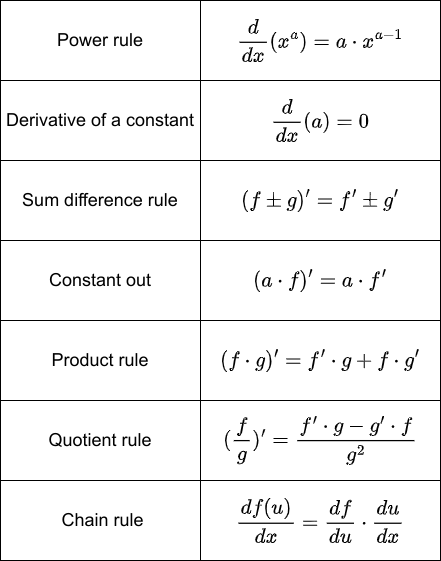
ryndovaira-org/data_science_lectures keeps this draw.io diagram as diagrams/derivative_rules.drawio.png. Above is the earlier version. Source tidied: cells renumbered, new cells last; positions are measured from the earlier drawing's top-left corner, leaving out a move shared by most shapes.
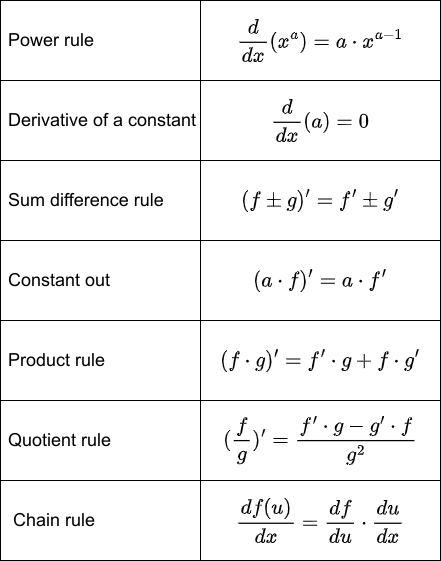
Above is the later version.

Diff of the diagram source:
```diff
@@ -5,43 +5,43 @@
     <mxCell id="2" style="group;" parent="1" vertex="1">
       <mxGeometry width="440" height="560" as="geometry" />
     </mxCell>
-    <mxCell id="3" value="Power rule" style="rounded=0;whiteSpace=wrap;html=1;fillColor=none;fontSize=18;" parent="2" vertex="1">
+    <mxCell id="3" value="Power rule" style="rounded=0;whiteSpace=wrap;fillColor=none;fontSize=18;align=left;verticalAlign=middle;labelBorderColor=none;labelBackgroundColor=none;html=1;spacingLeft=6;" parent="2" vertex="1">
       <mxGeometry width="200" height="80" as="geometry" />
     </mxCell>
     <mxCell id="4" value="$$\frac{d}{dx}(x^a)=a\cdot x^{a-1}$$" style="rounded=0;whiteSpace=wrap;html=1;fillColor=none;fontSize=18;" parent="2" vertex="1">
       <mxGeometry x="200" width="240" height="80" as="geometry" />
     </mxCell>
-    <mxCell id="5" value="Derivative of a constant" style="rounded=0;whiteSpace=wrap;html=1;fillColor=none;fontSize=18;" parent="2" vertex="1">
+    <mxCell id="5" value="Derivative of a constant" style="rounded=0;whiteSpace=wrap;fillColor=none;fontSize=18;align=left;verticalAlign=middle;labelBorderColor=none;labelBackgroundColor=none;html=1;spacingLeft=6;" parent="2" vertex="1">
       <mxGeometry y="80" width="200" height="80" as="geometry" />
     </mxCell>
     <mxCell id="6" value="$$\frac{d}{dx}(a)=0$$" style="rounded=0;whiteSpace=wrap;html=1;fillColor=none;fontSize=18;" parent="2" vertex="1">
       <mxGeometry x="200" y="80" width="240" height="80" as="geometry" />
     </mxCell>
-    <mxCell id="7" value="Sum difference rule" style="rounded=0;whiteSpace=wrap;html=1;fillColor=none;fontSize=18;" parent="2" vertex="1">
+    <mxCell id="7" value="Sum difference rule" style="rounded=0;whiteSpace=wrap;fillColor=none;fontSize=18;align=left;verticalAlign=middle;labelBorderColor=none;labelBackgroundColor=none;html=1;spacingLeft=6;" parent="2" vertex="1">
       <mxGeometry y="160" width="200" height="80" as="geometry" />
     </mxCell>
     <mxCell id="8" value="$$(f\pm g)'=f'\pm g'$$" style="rounded=0;whiteSpace=wrap;html=1;fillColor=none;fontSize=18;" parent="2" vertex="1">
       <mxGeometry x="200" y="160" width="240" height="80" as="geometry" />
     </mxCell>
-    <mxCell id="9" value="Constant out" style="rounded=0;whiteSpace=wrap;html=1;fillColor=none;fontSize=18;" parent="2" vertex="1">
+    <mxCell id="9" value="Constant out" style="rounded=0;whiteSpace=wrap;fillColor=none;fontSize=18;align=left;verticalAlign=middle;labelBorderColor=none;labelBackgroundColor=none;html=1;spacingLeft=6;" parent="2" vertex="1">
       <mxGeometry y="240" width="200" height="80" as="geometry" />
     </mxCell>
     <mxCell id="10" value="$$(a\cdot f)'=a\cdot f'$$" style="rounded=0;whiteSpace=wrap;html=1;fillColor=none;fontSize=18;" parent="2" vertex="1">
       <mxGeometry x="200" y="240" width="240" height="80" as="geometry" />
     </mxCell>
-    <mxCell id="11" value="Product rule" style="rounded=0;whiteSpace=wrap;html=1;fillColor=none;fontSize=18;" parent="2" vertex="1">
+    <mxCell id="11" value="Product rule" style="rounded=0;whiteSpace=wrap;fillColor=none;fontSize=18;align=left;verticalAlign=middle;labelBorderColor=none;labelBackgroundColor=none;html=1;spacingLeft=6;" parent="2" vertex="1">
       <mxGeometry y="320" width="200" height="80" as="geometry" />
     </mxCell>
     <mxCell id="12" value="$$(f\cdot g)'=f'\cdot g+f\cdot g'$$" style="rounded=0;whiteSpace=wrap;html=1;fillColor=none;fontSize=18;" parent="2" vertex="1">
       <mxGeometry x="200" y="320" width="240" height="80" as="geometry" />
     </mxCell>
-    <mxCell id="13" value="Quotient rule" style="rounded=0;whiteSpace=wrap;html=1;fillColor=none;fontSize=18;" parent="2" vertex="1">
+    <mxCell id="13" value="Quotient rule" style="rounded=0;whiteSpace=wrap;fillColor=none;fontSize=18;align=left;verticalAlign=middle;labelBorderColor=none;labelBackgroundColor=none;html=1;spacingLeft=6;" parent="2" vertex="1">
       <mxGeometry y="400" width="200" height="80" as="geometry" />
     </mxCell>
     <mxCell id="14" value="$$(\frac{f}{g})'=\frac{f'\cdot g-g'\cdot f}{g^2}$$" style="rounded=0;whiteSpace=wrap;html=1;fillColor=none;fontSize=18;" parent="2" vertex="1">
       <mxGeometry x="200" y="400" width="240" height="80" as="geometry" />
     </mxCell>
-    <mxCell id="15" value="&amp;nbsp;Chain rule" style="rounded=0;whiteSpace=wrap;html=1;fillColor=none;fontSize=18;" parent="2" vertex="1">
+    <mxCell id="15" value="&amp;nbsp;Chain rule" style="rounded=0;whiteSpace=wrap;fillColor=none;fontSize=18;align=left;verticalAlign=middle;labelBorderColor=none;labelBackgroundColor=none;html=1;spacingLeft=6;" parent="2" vertex="1">
       <mxGeometry y="480" width="200" height="80" as="geometry" />
     </mxCell>
     <mxCell id="16" value="$$\frac{df(u)}{dx}=\frac{df}{du}\cdot \frac{du}{dx}$$" style="rounded=0;whiteSpace=wrap;html=1;fillColor=none;fontSize=18;" parent="2" vertex="1">
```
